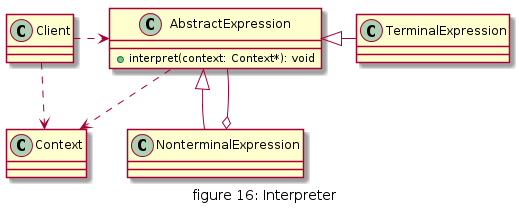
daileyet/designpattern4cplusplus keeps this PlantUML diagram as doc/img/figure16_interpreter.png. Above is the earlier version. Its diagram source:
```plantuml
@startuml "figure16_interpreter"
caption figure 16: Interpreter

class Context{}
class AbstractExpression{
    + interpret(context: Context*): void
}
class TerminalExpression{}
class NonterminalExpression{}
class Client{}

AbstractExpression <|-right- TerminalExpression
AbstractExpression <|-- NonterminalExpression
AbstractExpression --o NonterminalExpression
AbstractExpression ..> Context

Client ..> Context
Client .right.> AbstractExpression
@enduml
```
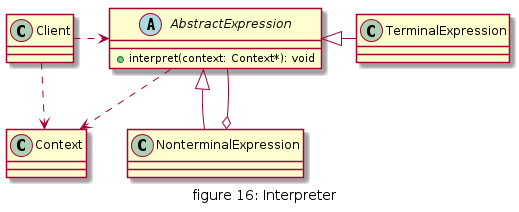
The same diagram one commit later.

What changed in the source:
```diff
@@ -2,7 +2,7 @@
 caption figure 16: Interpreter
 
 class Context{}
-class AbstractExpression{
+abstract class AbstractExpression{
     + interpret(context: Context*): void
 }
 class TerminalExpression{}
```
